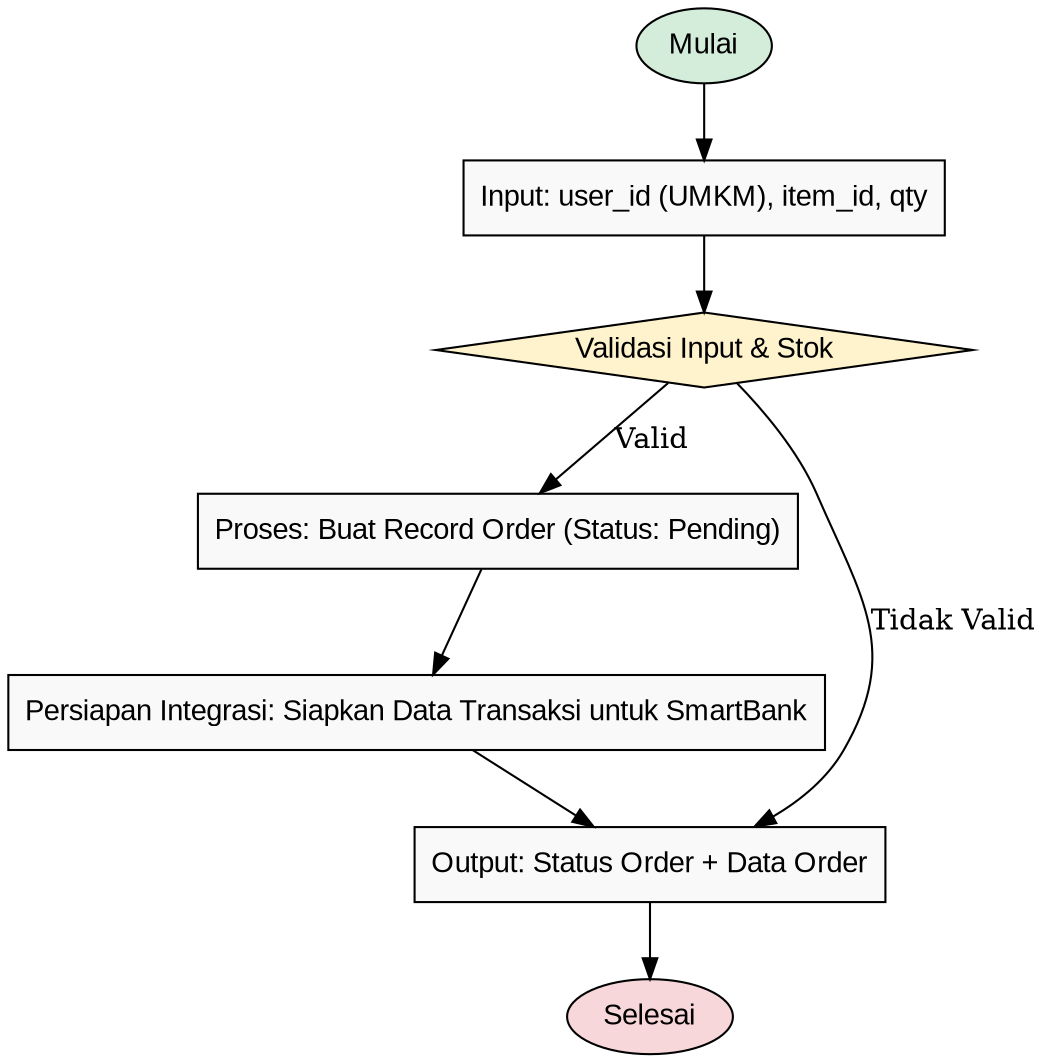
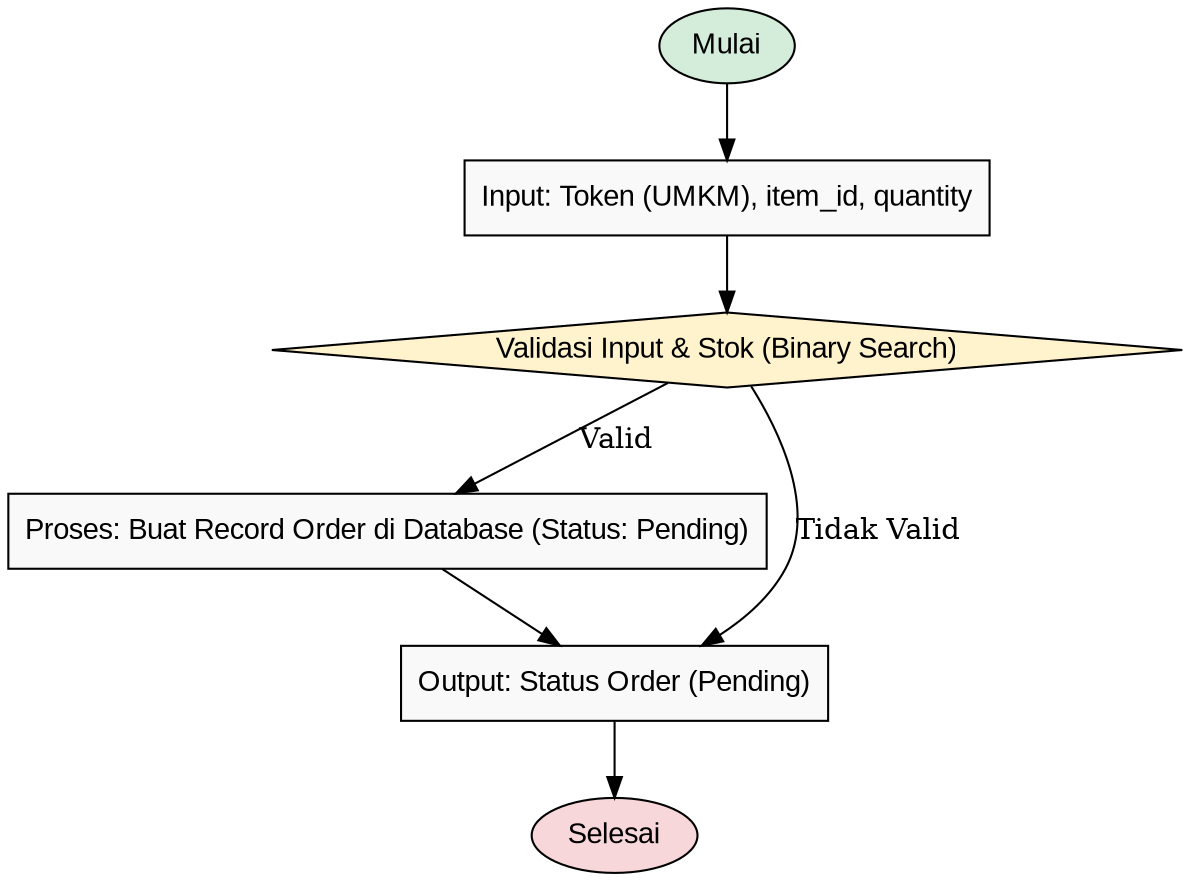
digraph OrderBahan {
    rankdir=TB;
    node [shape=box, style=filled, fillcolor="#f9f9f9", fontname="Arial"];

    Start [shape=oval, fillcolor="#d4edda", label="Mulai"];
-     Input [label="Input: user_id (UMKM), item_id, qty"];
-     Validasi [shape=diamond, fillcolor="#fff3cd", label="Validasi Input & Stok"];
-     ProsesOrder [label="Proses: Buat Record Order (Status: Pending)"];
-     IntegrasiBank [label="Persiapan Integrasi: Siapkan Data Transaksi untuk SmartBank"];
-     Output [label="Output: Status Order + Data Order"];
+     Input [label="Input: Token (UMKM), item_id, quantity"];
+     Validasi [shape=diamond, fillcolor="#fff3cd", label="Validasi Input & Stok (Binary Search)"];
+     ProsesOrder [label="Proses: Buat Record Order di Database (Status: Pending)"];
+     Output [label="Output: Status Order (Pending)"];
    End [shape=oval, fillcolor="#f8d7da", label="Selesai"];

    Start -> Input;
    Input -> Validasi;
    Validasi -> ProsesOrder [label="Valid"];
    Validasi -> Output [label="Tidak Valid"];
-     ProsesOrder -> IntegrasiBank;
-     IntegrasiBank -> Output;
+     ProsesOrder -> Output;
    Output -> End;
}
